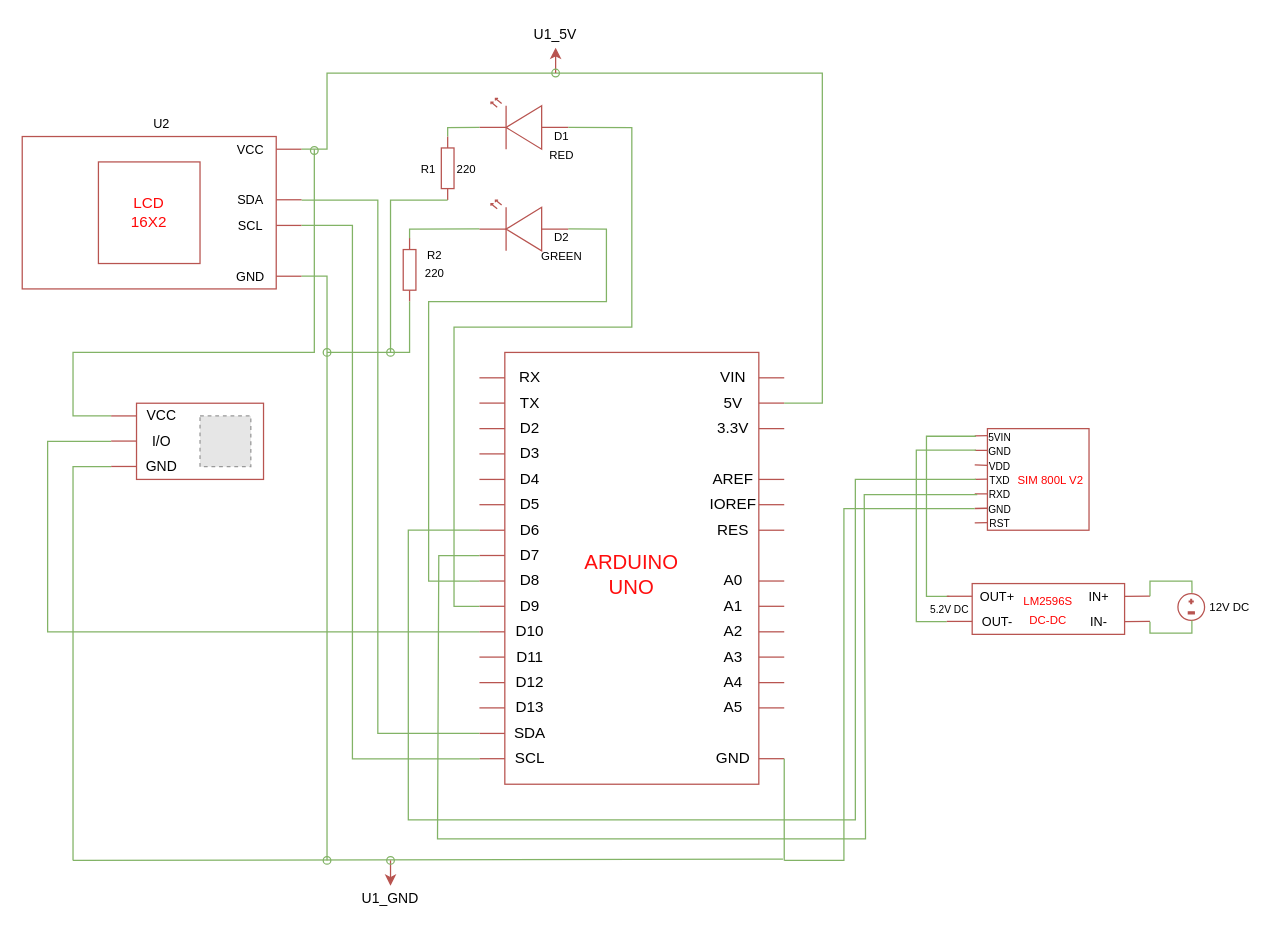
Before: DrawIO/Schematic Diagram Des Opt 2 and 3.drawio in russellcaragay/PD-Files, a draw.io diagram. Source tidied: cells renumbered, new cells numbered last; positions are measured from the earlier drawing's top-left corner, leaving out a move shared by most shapes. Both pictures are drawn from the tidied source at 127%, with x=0, y=0 at pixel (22, 22). Pictures stored in the file or linked from it are replaced by grey dashed boxes.
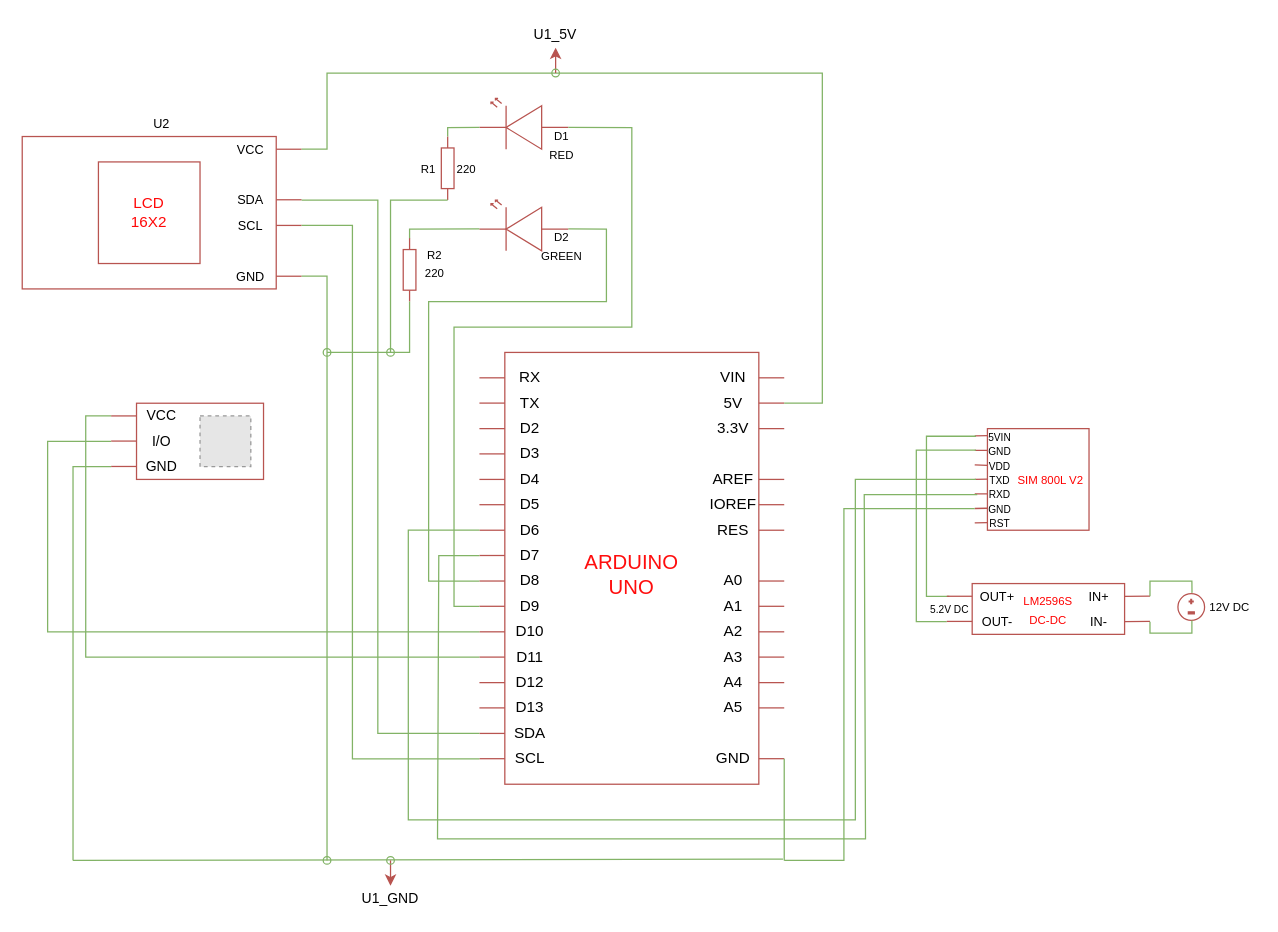
Above is the later version.

The edit, as a diff of the source:
```diff
@@
-    <mxCell id="129" style="endArrow=none;html=1;fontSize=11;rounded=0;fillColor=#d5e8d4;strokeColor=#82b366;" parent="1" edge="1">
-      <mxGeometry relative="1" as="geometry">
-        <mxPoint x="70" y="310" as="sourcePoint" />
-        <mxPoint x="230" y="100" as="targetPoint" />
-        <Array as="points">
-          <mxPoint x="40" y="310" />
-          <mxPoint x="40" y="260" />
-          <mxPoint x="230" y="260" />
-        </Array>
-      </mxGeometry>
-    </mxCell>
-    <mxCell id="130" style="ellipse;whiteSpace=wrap;html=1;fontSize=11;align=center;strokeColor=#82b366;fillColor=none;" parent="1" vertex="1">
-      <mxGeometry x="227" y="98" width="6" height="6" as="geometry" />
-    </mxCell>
@@
+    <mxCell id="159" style="endArrow=none;html=1;rounded=0;fillColor=#d5e8d4;strokeColor=#82b366;" parent="1" edge="1">
+      <mxGeometry relative="1" as="geometry">
+        <mxPoint x="360" y="500" as="sourcePoint" />
+        <mxPoint x="70" y="310" as="targetPoint" />
+        <Array as="points">
+          <mxPoint x="50" y="500" />
+          <mxPoint x="50" y="310" />
+        </Array>
+      </mxGeometry>
+    </mxCell>
```
